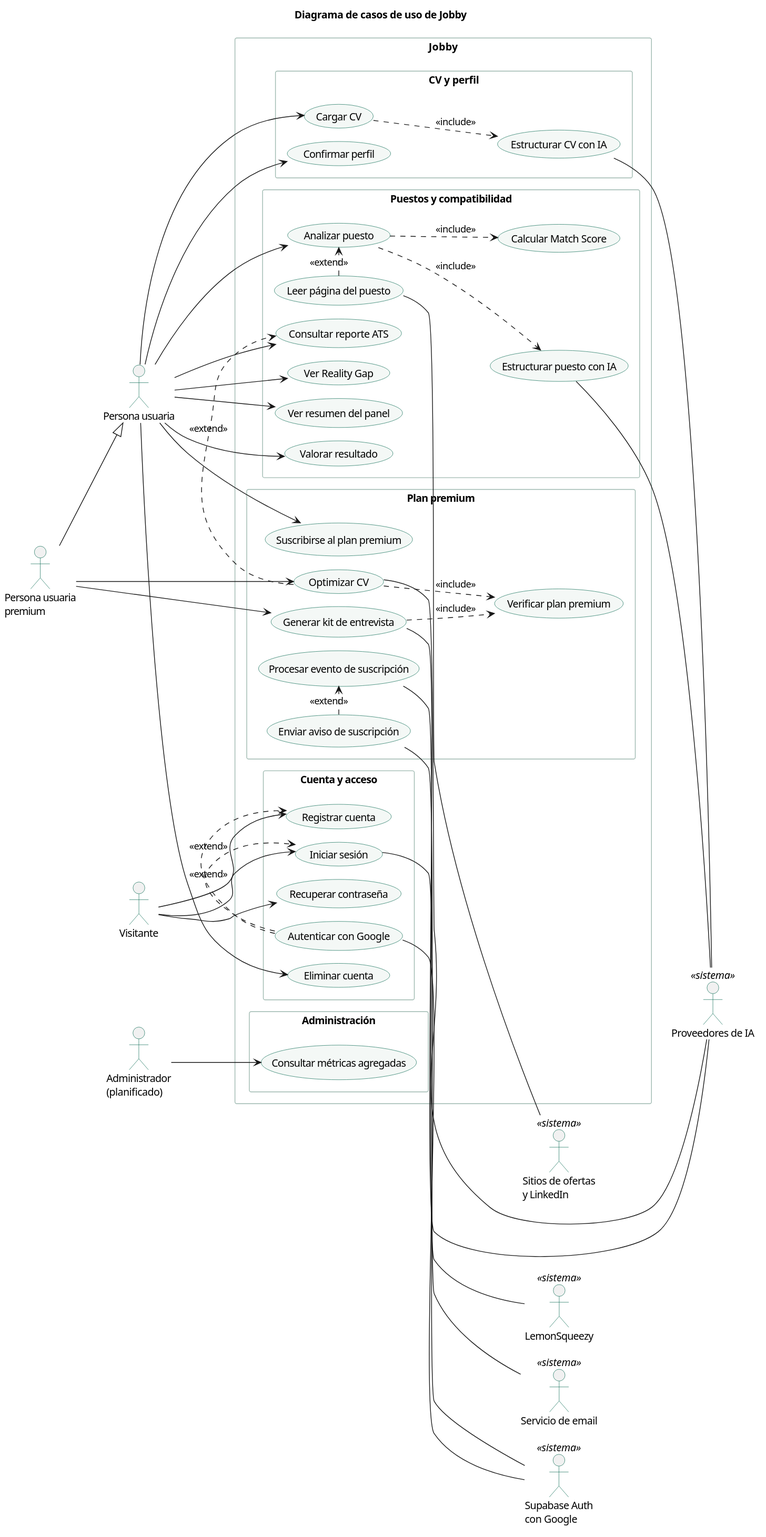
Before: docs/diagramas/casos-de-uso.svg, a diagram exported from PlantUML (Buatishi/Jobby). The source it was exported from:
```plantuml
@startuml
!pragma layout smetana
left to right direction
skinparam shadowing false
skinparam defaultFontName "Segoe UI"
skinparam usecase {
  BackgroundColor #F4F8F6
  BorderColor #0F6E56
}
skinparam actor {
  BorderColor #0F6E56
}
skinparam rectangle {
  BorderColor #9DB8AF
}
title Diagrama de casos de uso de Jobby

actor "Visitante" as V
actor "Persona usuaria" as U
actor "Persona usuaria\npremium" as P
actor "Administrador\n(planificado)" as A

rectangle "Jobby" {
  rectangle "Cuenta y acceso" {
    usecase "Registrar cuenta" as CU01
    usecase "Iniciar sesión" as CU02
    usecase "Recuperar contraseña" as CU03
    usecase "Autenticar con Google" as CU04
    usecase "Eliminar cuenta" as CU22
  }
  rectangle "CV y perfil" {
    usecase "Cargar CV" as CU05
    usecase "Estructurar CV con IA" as CU06
    usecase "Confirmar perfil" as CU07
  }
  rectangle "Puestos y compatibilidad" {
    usecase "Analizar puesto" as CU08
    usecase "Leer página del puesto" as CU09
    usecase "Estructurar puesto con IA" as CU10
    usecase "Calcular Match Score" as CU11
    usecase "Consultar reporte ATS" as CU12
    usecase "Ver Reality Gap" as CU13
    usecase "Ver resumen del panel" as CU17
    usecase "Valorar resultado" as CU18
  }
  rectangle "Plan premium" {
    usecase "Optimizar CV" as CU14
    usecase "Generar kit de entrevista" as CU15
    usecase "Verificar plan premium" as CU16
    usecase "Suscribirse al plan premium" as CU19
    usecase "Procesar evento de suscripción" as CU20
    usecase "Enviar aviso de suscripción" as CU21
  }
  rectangle "Administración" {
    usecase "Consultar métricas agregadas" as CU23
  }
}

actor "Supabase Auth\ncon Google" as ID <<sistema>>
actor "Proveedores de IA" as IA <<sistema>>
actor "Sitios de ofertas\ny LinkedIn" as W <<sistema>>
actor "LemonSqueezy" as LS <<sistema>>
actor "Servicio de email" as EM <<sistema>>

P --|> U

V --> CU01
V --> CU02
V --> CU03
CU04 .> CU01 : <<extend>>
CU04 .> CU02 : <<extend>>

U --> CU05
U --> CU07
U --> CU08
U --> CU12
U --> CU13
U --> CU17
U --> CU18
U --> CU19
U --> CU22
P --> CU14
P --> CU15

CU05 ..> CU06 : <<include>>
CU08 ..> CU10 : <<include>>
CU08 ..> CU11 : <<include>>
CU09 .> CU08 : <<extend>>
CU14 .> CU12 : <<extend>>
CU14 ..> CU16 : <<include>>
CU15 ..> CU16 : <<include>>
CU21 .> CU20 : <<extend>>

A --> CU23

CU02 -- ID
CU04 -- ID
CU06 -- IA
CU10 -- IA
CU14 -- IA
CU15 -- IA
CU09 -- W
CU20 -- LS
CU21 -- EM
@enduml
```
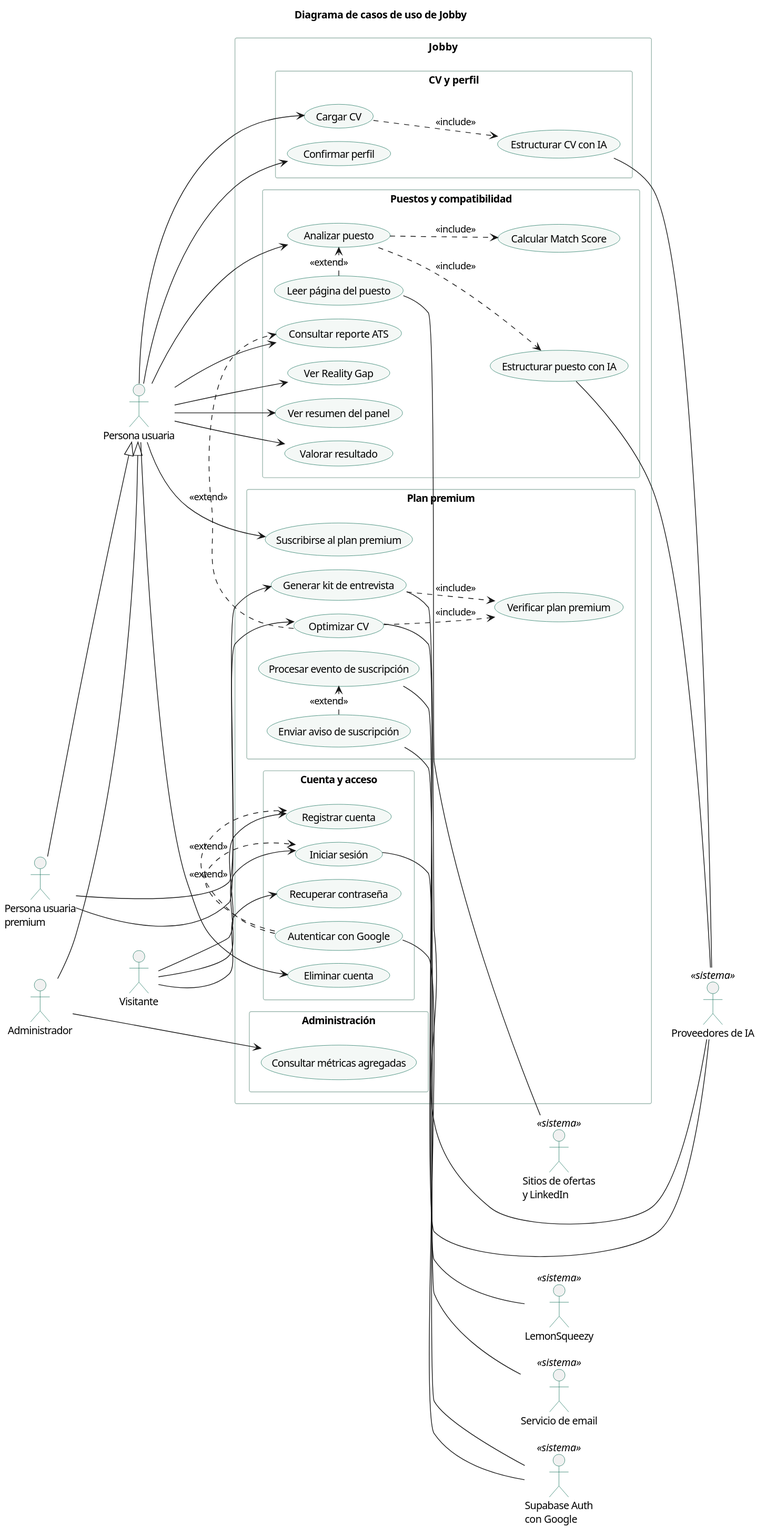
The same diagram one commit later.

Change to the diagram source:
```diff
@@ -18,7 +18,7 @@
 actor "Visitante" as V
 actor "Persona usuaria" as U
 actor "Persona usuaria\npremium" as P
-actor "Administrador\n(planificado)" as A
+actor "Administrador" as A
 
 rectangle "Jobby" {
   rectangle "Cuenta y acceso" {
@@ -63,6 +63,7 @@
 actor "Servicio de email" as EM <<sistema>>
 
 P --|> U
+A --|> U
 
 V --> CU01
 V --> CU02
```
